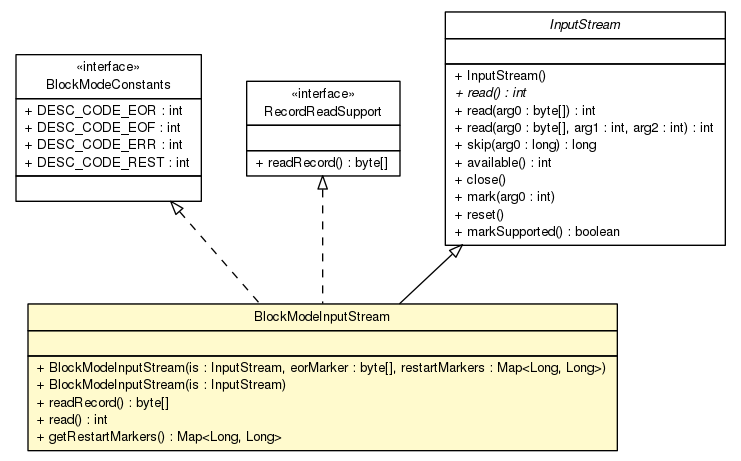
lbehnke/hermesftp keeps this Graphviz diagram as apidocs/com/apporiented/hermesftp/streams/BlockModeInputStream.png. Above is the earlier version. Its source is kept beside it as apidocs/com/apporiented/hermesftp/streams/BlockModeInputStream.dot.
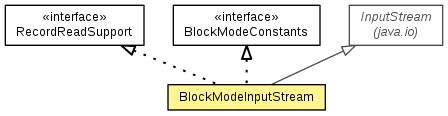
Above is the later version.

The edit, as a diff of the source:
```diff
@@ -4,7 +4,7 @@
 	node [fontname="Helvetica",fontsize=10,shape=plaintext];
 	nodesep=0.25;
 	ranksep=0.5;
-	c6381 [label=<<table title="com.apporiented.hermesftp.streams.BlockModeInputStream" border="0" cellborder="1" cellspacing="0" cellpadding="2" port="p" bgcolor="lemonChiffon" href="./BlockModeInputStream.html">
+	c6379 [label=<<table title="com.apporiented.hermesftp.streams.BlockModeInputStream" border="0" cellborder="1" cellspacing="0" cellpadding="2" port="p" bgcolor="lemonChiffon" href="./BlockModeInputStream.html">
 		<tr><td><table border="0" cellspacing="0" cellpadding="1">
 <tr><td align="center" balign="center"> BlockModeInputStream </td></tr>
 		</table></td></tr>
@@ -19,7 +19,7 @@
 <tr><td align="left" balign="left"> + getRestartMarkers() : Map&lt;Long, Long&gt; </td></tr>
 		</table></td></tr>
 		</table>>, fontname="Helvetica", fontcolor="black", fontsize=10.0];
-	c6383 [label=<<table title="com.apporiented.hermesftp.streams.BlockModeConstants" border="0" cellborder="1" cellspacing="0" cellpadding="2" port="p" href="./BlockModeConstants.html">
+	c6381 [label=<<table title="com.apporiented.hermesftp.streams.BlockModeConstants" border="0" cellborder="1" cellspacing="0" cellpadding="2" port="p" href="./BlockModeConstants.html">
 		<tr><td><table border="0" cellspacing="0" cellpadding="1">
 <tr><td align="center" balign="center"> &#171;interface&#187; </td></tr>
 <tr><td align="center" balign="center"> BlockModeConstants </td></tr>
@@ -34,7 +34,7 @@
 <tr><td align="left" balign="left">  </td></tr>
 		</table></td></tr>
 		</table>>, fontname="Helvetica", fontcolor="black", fontsize=10.0];
-	c6387 [label=<<table title="com.apporiented.hermesftp.streams.RecordReadSupport" border="0" cellborder="1" cellspacing="0" cellpadding="2" port="p" href="./RecordReadSupport.html">
+	c6385 [label=<<table title="com.apporiented.hermesftp.streams.RecordReadSupport" border="0" cellborder="1" cellspacing="0" cellpadding="2" port="p" href="./RecordReadSupport.html">
 		<tr><td><table border="0" cellspacing="0" cellpadding="1">
 <tr><td align="center" balign="center"> &#171;interface&#187; </td></tr>
 <tr><td align="center" balign="center"> RecordReadSupport </td></tr>
@@ -46,10 +46,10 @@
 <tr><td align="left" balign="left"> + readRecord() : byte[] </td></tr>
 		</table></td></tr>
 		</table>>, fontname="Helvetica", fontcolor="black", fontsize=10.0];
-	c6472:p -> c6381:p [dir=back,arrowtail=empty];
-	c6387:p -> c6381:p [dir=back,arrowtail=empty,style=dashed];
-	c6383:p -> c6381:p [dir=back,arrowtail=empty,style=dashed];
-	c6472 [label=<<table title="java.io.InputStream" border="0" cellborder="1" cellspacing="0" cellpadding="2" port="p" href="http://java.sun.com/j2se/1.4.2/docs/api/java/io/InputStream.html">
+	c6470:p -> c6379:p [dir=back,arrowtail=empty];
+	c6385:p -> c6379:p [dir=back,arrowtail=empty,style=dashed];
+	c6381:p -> c6379:p [dir=back,arrowtail=empty,style=dashed];
+	c6470 [label=<<table title="java.io.InputStream" border="0" cellborder="1" cellspacing="0" cellpadding="2" port="p" href="http://java.sun.com/j2se/1.4.2/docs/api/java/io/InputStream.html">
 		<tr><td><table border="0" cellspacing="0" cellpadding="1">
 <tr><td align="center" balign="center"><font face="Helvetica-Oblique"> InputStream </font></td></tr>
 		</table></td></tr>
```
